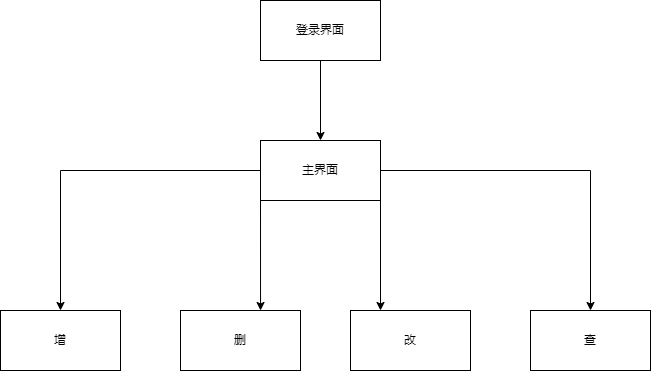
Above: img/操作流程图.png in JJLee7447/property_management_system (draw.io), before the change. Source tidied: cells renumbered, new cells last; positions are measured from the earlier drawing's top-left corner, leaving out a move shared by most shapes.
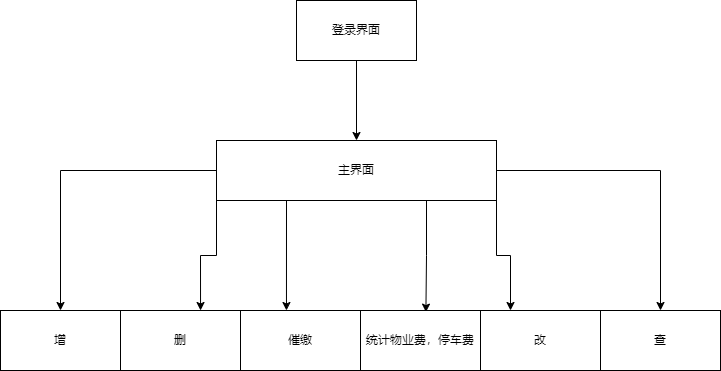
The same file after the commit.

Diff of the diagram source:
```diff
@@ -6,7 +6,7 @@
       <mxGeometry relative="1" as="geometry" />
     </mxCell>
     <mxCell id="3" value="登录界面" style="rounded=0;whiteSpace=wrap;html=1;" parent="1" vertex="1">
-      <mxGeometry x="260" width="120" height="60" as="geometry" />
+      <mxGeometry x="216" y="-30" width="120" height="60" as="geometry" />
     </mxCell>
     <mxCell id="4" style="edgeStyle=orthogonalEdgeStyle;rounded=0;jettySize=auto;html=1;" parent="1" edge="1" source="8" target="9">
       <mxGeometry relative="1" as="geometry" />
@@ -20,20 +20,32 @@
     <mxCell id="7" style="edgeStyle=orthogonalEdgeStyle;rounded=0;jettySize=auto;html=1;exitX=1;exitY=0.5;exitDx=0;exitDy=0;entryX=0.5;entryY=0;entryDx=0;entryDy=0;" parent="1" edge="1" source="8" target="12">
       <mxGeometry relative="1" as="geometry" />
     </mxCell>
+    <mxCell id="13" style="edgeStyle=orthogonalEdgeStyle;rounded=0;jettySize=auto;html=1;exitX=0.25;exitY=1;exitDx=0;exitDy=0;entryX=0.383;entryY=0;entryDx=0;entryDy=0;entryPerimeter=0;" parent="1" edge="1" source="8" target="15">
+      <mxGeometry relative="1" as="geometry" />
+    </mxCell>
+    <mxCell id="14" style="edgeStyle=orthogonalEdgeStyle;rounded=0;jettySize=auto;html=1;exitX=0.75;exitY=1;exitDx=0;exitDy=0;entryX=0.545;entryY=0.027;entryDx=0;entryDy=0;entryPerimeter=0;" parent="1" edge="1" source="8" target="16">
+      <mxGeometry relative="1" as="geometry" />
+    </mxCell>
     <mxCell id="8" value="主界面" style="rounded=0;whiteSpace=wrap;html=1;" parent="1" vertex="1">
-      <mxGeometry x="260" y="140" width="120" height="60" as="geometry" />
+      <mxGeometry x="136" y="110" width="280" height="60" as="geometry" />
     </mxCell>
     <mxCell id="9" value="增" style="rounded=0;whiteSpace=wrap;html=1;" parent="1" vertex="1">
-      <mxGeometry y="310" width="120" height="60" as="geometry" />
+      <mxGeometry x="-80" y="280" width="120" height="60" as="geometry" />
     </mxCell>
     <mxCell id="10" value="删" style="rounded=0;whiteSpace=wrap;html=1;" parent="1" vertex="1">
-      <mxGeometry x="180" y="310" width="120" height="60" as="geometry" />
+      <mxGeometry x="40" y="280" width="120" height="60" as="geometry" />
     </mxCell>
     <mxCell id="11" value="改" style="rounded=0;whiteSpace=wrap;html=1;" parent="1" vertex="1">
-      <mxGeometry x="350" y="310" width="120" height="60" as="geometry" />
+      <mxGeometry x="400" y="280" width="120" height="60" as="geometry" />
     </mxCell>
     <mxCell id="12" value="查" style="rounded=0;whiteSpace=wrap;html=1;" parent="1" vertex="1">
-      <mxGeometry x="530" y="310" width="120" height="60" as="geometry" />
+      <mxGeometry x="520" y="280" width="120" height="60" as="geometry" />
     </mxCell>
+    <mxCell id="15" value="催缴" style="rounded=0;whiteSpace=wrap;html=1;" parent="1" vertex="1">
+      <mxGeometry x="160" y="280" width="120" height="60" as="geometry" />
+    </mxCell>
+    <mxCell id="16" value="统计物业费，停车费" style="rounded=0;whiteSpace=wrap;html=1;" parent="1" vertex="1">
+      <mxGeometry x="280" y="280" width="120" height="60" as="geometry" />
+    </mxCell>
   </root>
 </mxGraphModel>
```
